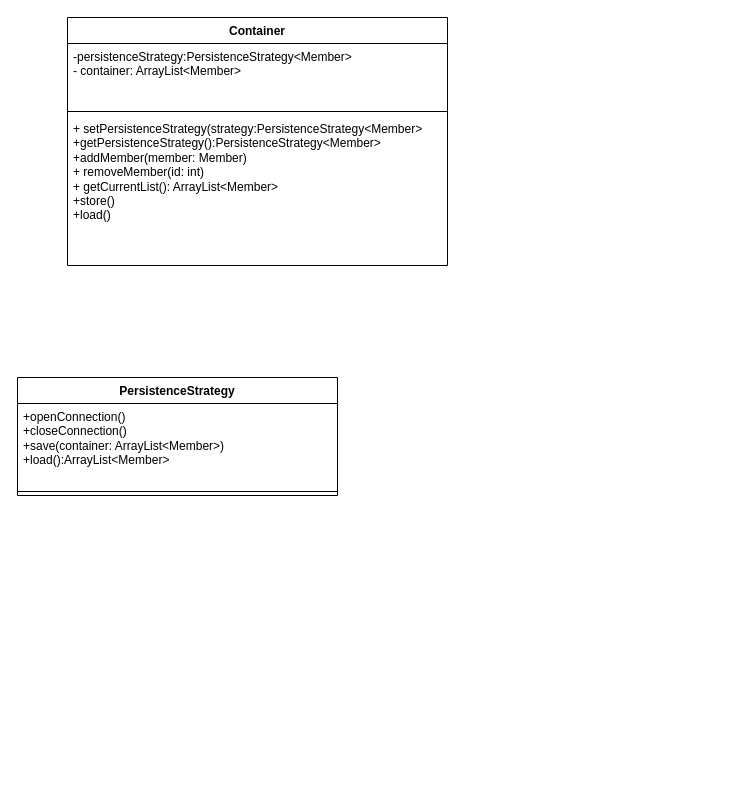
dhefel2s/Hbrs keeps this draw.io diagram as CR5.drawio. Above is the earlier version. Source tidied: cells renumbered, new cells numbered last; positions are measured from the earlier drawing's top-left corner, leaving out a move shared by most shapes. Both pictures are drawn from the tidied source at 100%, with x=0, y=0 at pixel (17, 17).
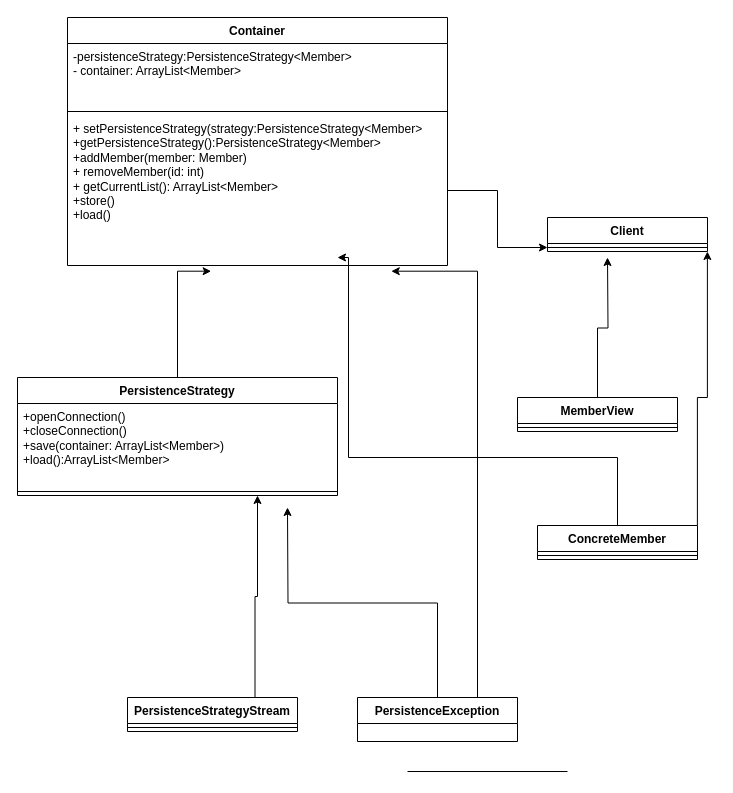
The same page after the edit.

Unchanged cells that the change refers to:
```xml
<mxCell id="5" value="+ setPersistenceStrategy(strategy:PersistenceStrategy&amp;lt;Member&amp;gt;&lt;br&gt;+getPersistenceStrategy():PersistenceStrategy&amp;lt;Member&amp;gt;&lt;br&gt;+addMember(member: Member)&lt;br&gt;+ removeMember(id: int)&lt;br&gt;+ getCurrentList(): ArrayList&amp;lt;Member&amp;gt;&lt;br&gt;+store()&lt;br&gt;+load()&lt;br&gt;" style="text;strokeColor=none;fillColor=none;align=left;verticalAlign=top;spacingLeft=4;spacingRight=4;overflow=hidden;points=[[0,0.5],[1,0.5]];portConstraint=eastwest;whiteSpace=wrap;html=1;" parent="2" vertex="1">
  <mxGeometry y="98" width="380" height="150" as="geometry" />
</mxCell>
<mxCell id="6" value="PersistenceStrategy" style="swimlane;fontStyle=1;align=center;verticalAlign=top;horizontal=1;startSize=26;whiteSpace=wrap;html=1;" parent="1" vertex="1">
  <mxGeometry y="360" width="320" height="118" as="geometry" />
</mxCell>
```

Diff of the diagram source:
```diff
@@
+    <mxCell id="9" style="edgeStyle=orthogonalEdgeStyle;rounded=0;jettySize=auto;html=1;exitX=0.5;exitY=0;exitDx=0;exitDy=0;" parent="1" edge="1" source="10">
+      <mxGeometry relative="1" as="geometry">
+        <mxPoint x="590" y="240" as="targetPoint" />
+      </mxGeometry>
+    </mxCell>
+    <mxCell id="10" value="MemberView" style="swimlane;fontStyle=1;align=center;verticalAlign=top;horizontal=1;startSize=26;whiteSpace=wrap;html=1;" parent="1" vertex="1">
+      <mxGeometry x="500" y="380" width="160" height="34" as="geometry" />
+    </mxCell>
+    <mxCell id="11" style="line;strokeWidth=1;fillColor=none;align=left;verticalAlign=middle;spacingTop=-1;spacingLeft=3;spacingRight=3;labelPosition=right;strokeColor=inherit;" parent="10" vertex="1">
+      <mxGeometry y="26" width="160" height="8" as="geometry" />
+    </mxCell>
+    <mxCell id="12" style="edgeStyle=orthogonalEdgeStyle;rounded=0;jettySize=auto;html=1;exitX=0.5;exitY=0;exitDx=0;exitDy=0;" parent="1" edge="1" source="14">
+      <mxGeometry relative="1" as="geometry">
+        <mxPoint x="320" y="240" as="targetPoint" />
+        <Array as="points">
+          <mxPoint x="600" y="440" />
+          <mxPoint x="331" y="440" />
+        </Array>
+      </mxGeometry>
+    </mxCell>
+    <mxCell id="13" style="edgeStyle=orthogonalEdgeStyle;rounded=0;orthogonalLoop=1;jettySize=auto;html=1;exitX=0.75;exitY=0;exitDx=0;exitDy=0;entryX=0.75;entryY=1;entryDx=0;entryDy=0;" parent="1" edge="1">
+      <mxGeometry relative="1" as="geometry">
+        <mxPoint x="679.9" y="508" as="sourcePoint" />
+        <mxPoint x="689.9" y="234" as="targetPoint" />
+        <Array as="points">
+          <mxPoint x="679.9" y="380" />
+          <mxPoint x="689.9" y="380" />
+        </Array>
+      </mxGeometry>
+    </mxCell>
+    <mxCell id="14" value="ConcreteMember" style="swimlane;fontStyle=1;align=center;verticalAlign=top;horizontal=1;startSize=26;whiteSpace=wrap;html=1;" parent="1" vertex="1">
+      <mxGeometry x="520" y="508" width="160" height="34" as="geometry" />
+    </mxCell>
+    <mxCell id="15" style="line;strokeWidth=1;fillColor=none;align=left;verticalAlign=middle;spacingTop=-1;spacingLeft=3;spacingRight=3;labelPosition=right;strokeColor=inherit;" parent="14" vertex="1">
+      <mxGeometry y="26" width="160" height="8" as="geometry" />
+    </mxCell>
+    <mxCell id="16" value="Client" style="swimlane;fontStyle=1;align=center;verticalAlign=top;horizontal=1;startSize=26;whiteSpace=wrap;html=1;" parent="1" vertex="1">
+      <mxGeometry x="530" y="200" width="160" height="34" as="geometry" />
+    </mxCell>
+    <mxCell id="17" style="line;strokeWidth=1;fillColor=none;align=left;verticalAlign=middle;spacingTop=-1;spacingLeft=3;spacingRight=3;labelPosition=right;points=[];portConstraint=eastwest;strokeColor=inherit;" parent="16" vertex="1">
+      <mxGeometry y="26" width="160" height="8" as="geometry" />
+    </mxCell>
+    <mxCell id="18" style="edgeStyle=orthogonalEdgeStyle;rounded=0;jettySize=auto;html=1;exitX=0.75;exitY=0;exitDx=0;exitDy=0;entryX=0.75;entryY=1;entryDx=0;entryDy=0;" parent="1" edge="1" source="19" target="6">
+      <mxGeometry relative="1" as="geometry" />
+    </mxCell>
+    <mxCell id="19" value="PersistenceStrategyStream" style="swimlane;fontStyle=1;align=center;verticalAlign=top;horizontal=1;startSize=26;whiteSpace=wrap;html=1;" parent="1" vertex="1">
+      <mxGeometry x="110" y="680" width="170" height="34" as="geometry" />
+    </mxCell>
+    <mxCell id="20" style="line;strokeWidth=1;fillColor=none;align=left;verticalAlign=middle;spacingTop=-1;spacingLeft=3;spacingRight=3;labelPosition=right;strokeColor=inherit;" parent="19" vertex="1">
+      <mxGeometry y="26" width="170" height="8" as="geometry" />
+    </mxCell>
+    <mxCell id="21" style="edgeStyle=orthogonalEdgeStyle;rounded=0;jettySize=auto;html=1;exitX=0.5;exitY=0;exitDx=0;exitDy=0;" parent="1" edge="1" source="22">
+      <mxGeometry relative="1" as="geometry">
+        <mxPoint x="270" y="490" as="targetPoint" />
+      </mxGeometry>
+    </mxCell>
+    <mxCell id="22" value="PersistenceException" style="swimlane;fontStyle=1;align=center;verticalAlign=top;horizontal=1;startSize=26;whiteSpace=wrap;html=1;" parent="1" vertex="1">
+      <mxGeometry x="340" y="680" width="160" height="44" as="geometry" />
+    </mxCell>
+    <mxCell id="23" style="line;strokeWidth=1;fillColor=none;align=left;verticalAlign=middle;spacingTop=-1;spacingLeft=3;spacingRight=3;labelPosition=right;strokeColor=inherit;" parent="1" vertex="1">
+      <mxGeometry x="390" y="750" width="160" height="8" as="geometry" />
+    </mxCell>
+    <mxCell id="24" style="edgeStyle=orthogonalEdgeStyle;rounded=0;jettySize=auto;html=1;exitX=0.5;exitY=0;exitDx=0;exitDy=0;entryX=0.378;entryY=1.038;entryDx=0;entryDy=0;entryPerimeter=0;" parent="1" edge="1" source="6" target="5">
+      <mxGeometry relative="1" as="geometry">
+        <Array as="points">
+          <mxPoint x="160" y="254" />
+        </Array>
+      </mxGeometry>
+    </mxCell>
+    <mxCell id="25" style="edgeStyle=orthogonalEdgeStyle;rounded=0;jettySize=auto;html=1;exitX=1;exitY=0.5;exitDx=0;exitDy=0;" parent="1" edge="1" source="5" target="17">
+      <mxGeometry relative="1" as="geometry" />
+    </mxCell>
+    <mxCell id="26" style="edgeStyle=orthogonalEdgeStyle;rounded=0;jettySize=auto;html=1;exitX=0.75;exitY=0;exitDx=0;exitDy=0;entryX=0.852;entryY=1.038;entryDx=0;entryDy=0;entryPerimeter=0;" parent="1" edge="1" source="22" target="5">
+      <mxGeometry relative="1" as="geometry" />
+    </mxCell>
```
